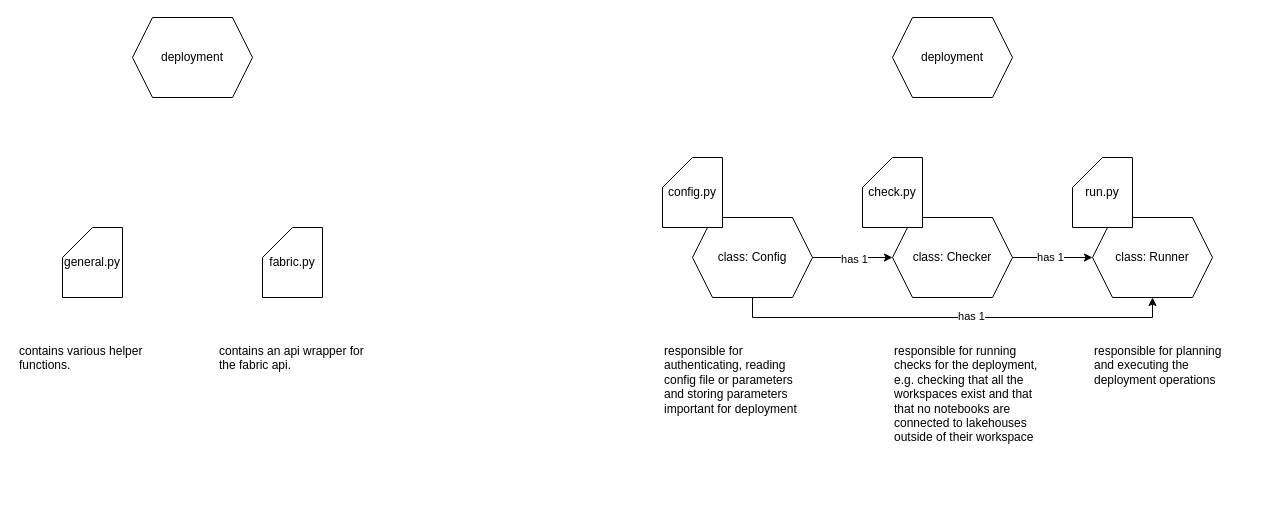
This is page "files" (1 of 2) of documentation/code_structure.drawio from sklempna/fabric-cicd, a draw.io file, before an edit. Source tidied: cells renumbered, new cells numbered last; positions are measured from the earlier drawing's top-left corner, leaving out a move shared by most shapes. Both pictures are drawn from the tidied source at 100%, with x=0, y=0 at pixel (16, 17).
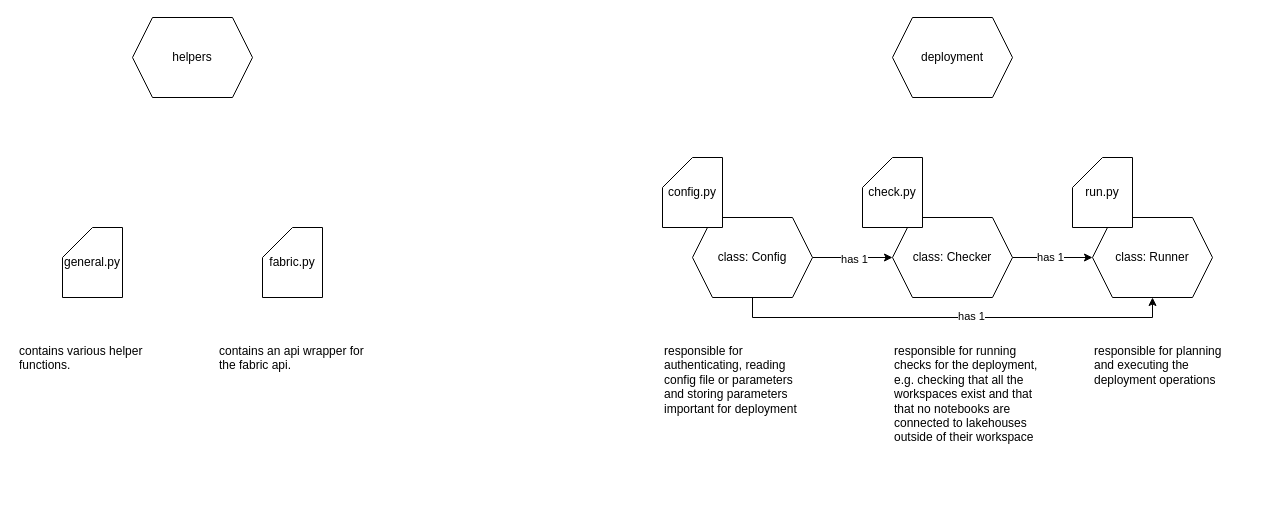
After the change.

Change to the diagram source:
```diff
@@
-    <mxCell id="18" value="deployment" style="shape=hexagon;perimeter=hexagonPerimeter2;whiteSpace=wrap;html=1;fixedSize=1;" parent="1" vertex="1">
+    <mxCell id="18" value="helpers" style="shape=hexagon;perimeter=hexagonPerimeter2;whiteSpace=wrap;html=1;fixedSize=1;" parent="1" vertex="1">
       <mxGeometry x="116" width="120" height="80" as="geometry" />
     </mxCell>
```
